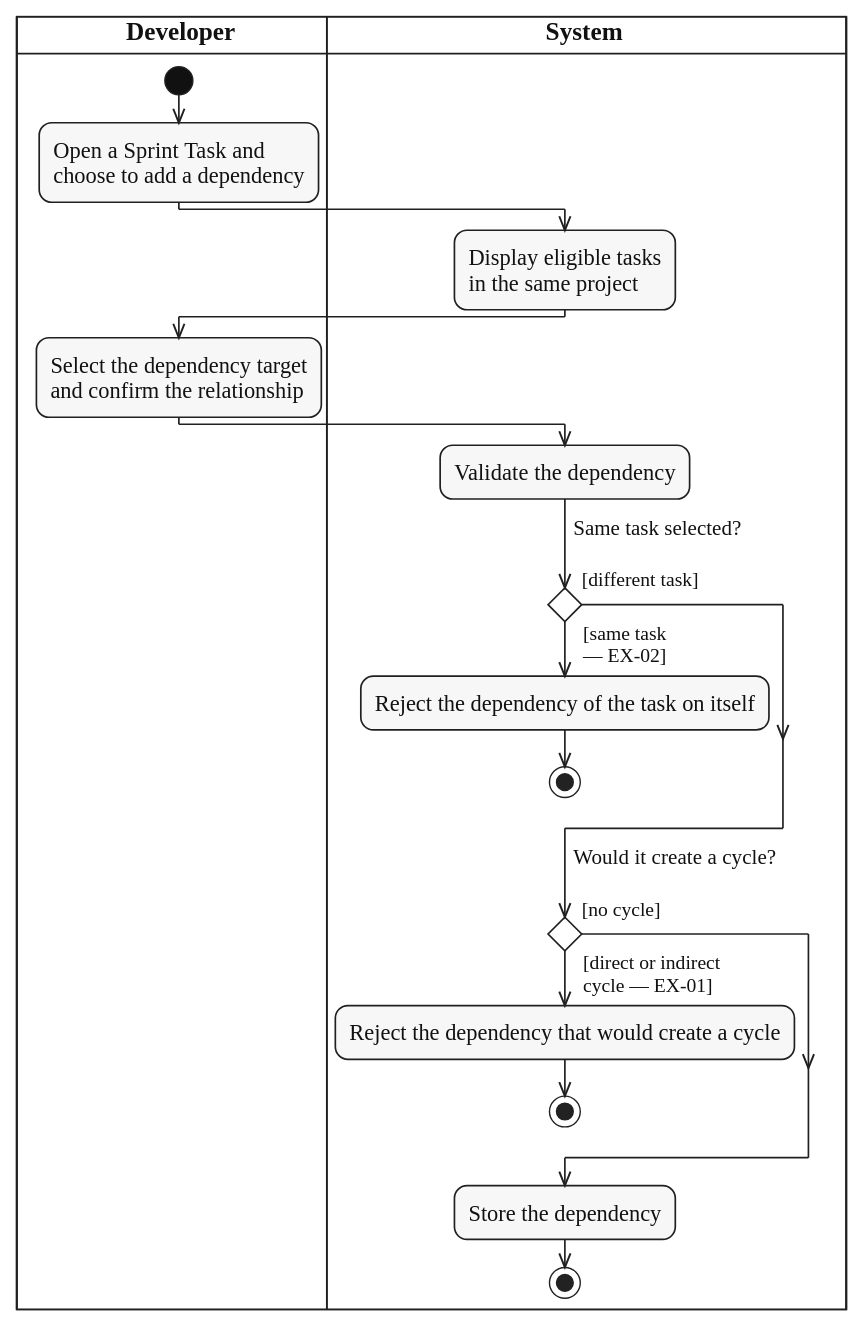
Before: diagrams/activity/sprint-work/svg/UC-TASK-DEPENDENCY-ADD.svg, a diagram exported from PlantUML (lukenab/swd392-doc-automation). Its source is kept beside it as diagrams/activity/sprint-work/source/UC-TASK-DEPENDENCY-ADD.puml. Source of this version:
```plantuml
@startuml UC-TASK-DEPENDENCY-ADD
!include ../../_shared/activity-style.puml
|DEV| $lane_title("Developer")
|SYS| $lane_title("System")

|DEV|
start
:Open a Sprint Task and
choose to add a dependency;
|SYS|
:Display eligible tasks
in the same project;
|DEV|
:Select the dependency target
and confirm the relationship;
|SYS|
:Validate the dependency;
if ($question("Same task selected?")) then ($guard_left("[different task]"))
else ($guard_right("[same task", "— EX-02]"))
  :Reject the dependency of the task on itself;
  stop
endif
if ($question("Would it create a cycle?")) then ($guard_left("[no cycle]"))
else ($guard_right("[direct or indirect", "cycle — EX-01]"))
  :Reject the dependency that would create a cycle;
  stop
endif
:Store the dependency;
stop
@enduml
```
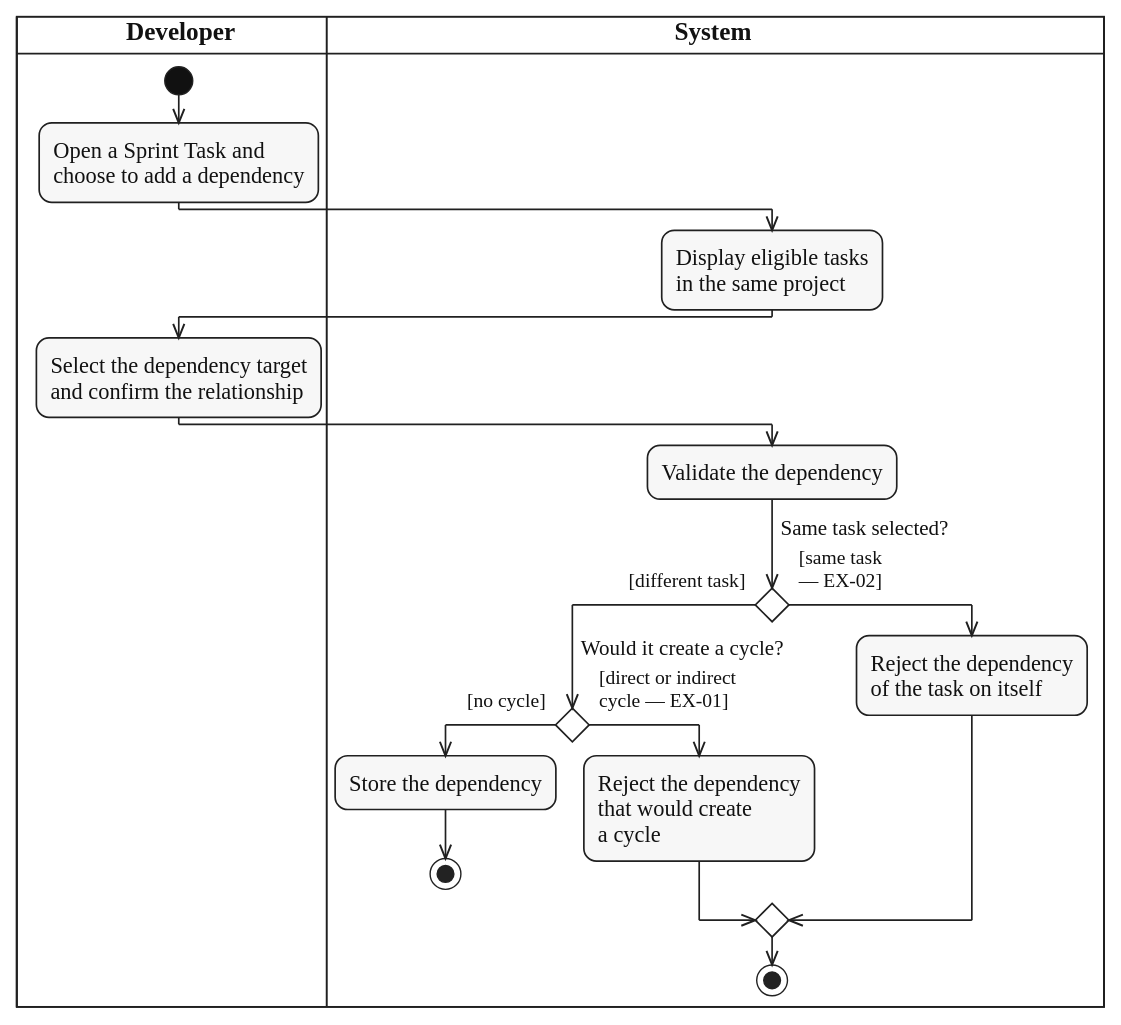
After the change.

What changed in the source:
```diff
@@ -16,15 +16,17 @@
 |SYS|
 :Validate the dependency;
 if ($question("Same task selected?")) then ($guard_left("[different task]"))
+  if ($question("Would it create a cycle?")) then ($guard_left("[no cycle]"))
+    :Store the dependency;
+    stop
+  else ($guard_right("[direct or indirect", "cycle — EX-01]"))
+    :Reject the dependency
+    that would create
+    a cycle;
+  endif
 else ($guard_right("[same task", "— EX-02]"))
-  :Reject the dependency of the task on itself;
-  stop
+  :Reject the dependency
+  of the task on itself;
 endif
-if ($question("Would it create a cycle?")) then ($guard_left("[no cycle]"))
-else ($guard_right("[direct or indirect", "cycle — EX-01]"))
-  :Reject the dependency that would create a cycle;
-  stop
-endif
-:Store the dependency;
 stop
 @enduml
```
